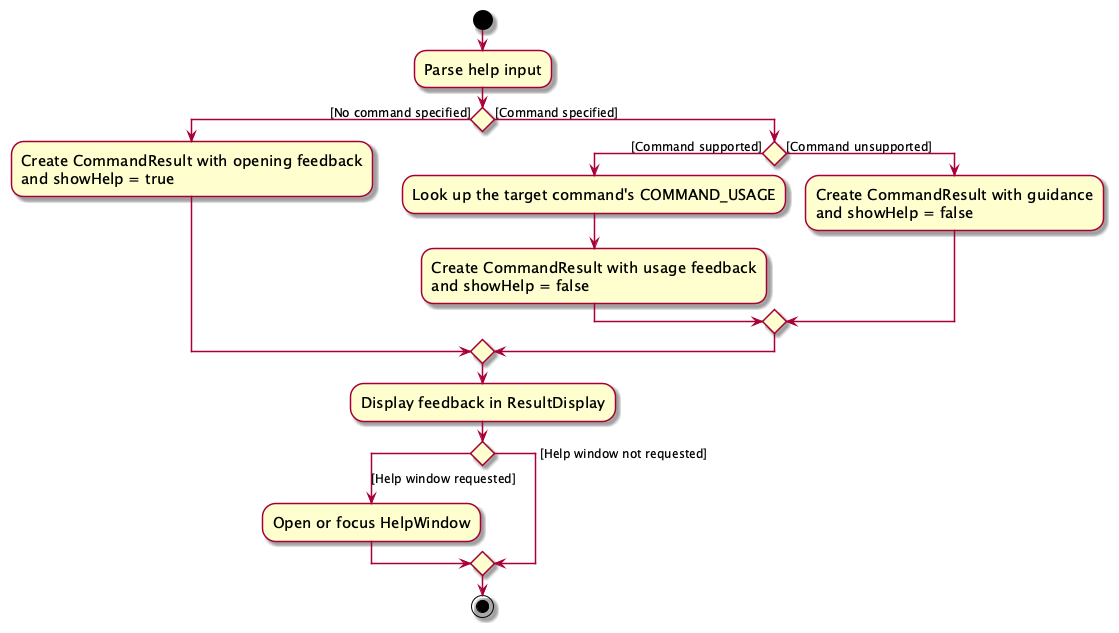
Earlier version of the PlantUML export docs/images/HelpActivityDiagram.png (AY2627S1-CS2103T-F11-1/tp).
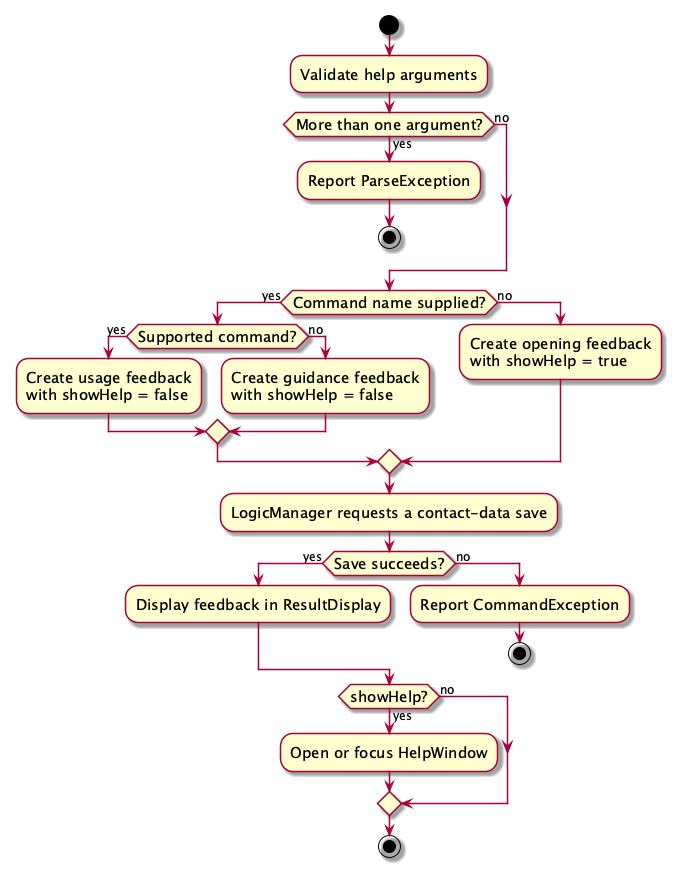
The same diagram one commit later.

Change to the diagram source:
```diff
@@ -2,28 +2,35 @@
 skin rose
 skinparam ActivityFontSize 15
 skinparam ArrowFontSize 12
-
 start
-:Parse help input;
-
-if () then ([No command specified])
-    :Create CommandResult with opening feedback\nand showHelp = true;
-else ([Command specified])
-    if () then ([Command supported])
-        :Look up the target command's COMMAND_USAGE;
-        :Create CommandResult with usage feedback\nand showHelp = false;
-    else ([Command unsupported])
-        :Create CommandResult with guidance\nand showHelp = false;
+:Validate help arguments;
+if (More than one argument?) then (yes)
+    :Report ParseException;
+    stop
+else (no)
+endif
+if (Command name supplied?) then (yes)
+    if (Supported command?) then (yes)
+        :Create usage feedback
+with showHelp = false;
+    else (no)
+        :Create guidance feedback
+with showHelp = false;
     endif
+else (no)
+    :Create opening feedback
+with showHelp = true;
 endif
-
-:Display feedback in ResultDisplay;
-
-switch ()
-case ([Help window requested])
+:LogicManager requests a contact-data save;
+if (Save succeeds?) then (yes)
+    :Display feedback in ResultDisplay;
+else (no)
+    :Report CommandException;
+    stop
+endif
+if (showHelp?) then (yes)
     :Open or focus HelpWindow;
-case ([Help window not requested])
-endswitch
-
+else (no)
+endif
 stop
 @enduml
```
